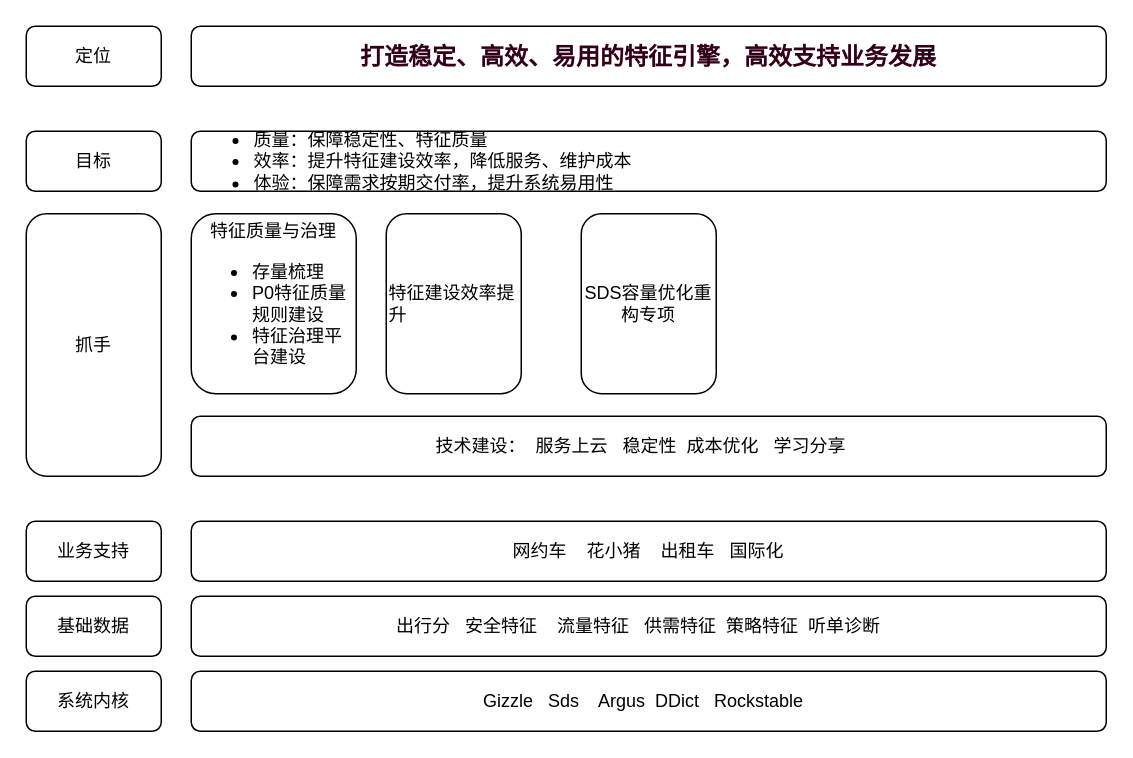
Earlier version of the draw.io diagram Untitled Diagram.drawio (yxgup/README). Source tidied: cells renumbered, new cells numbered last; positions are measured from the earlier drawing's top-left corner, leaving out a move shared by most shapes. Both pictures are drawn from the tidied source at 150%, with x=0, y=0 at pixel (26, 26).
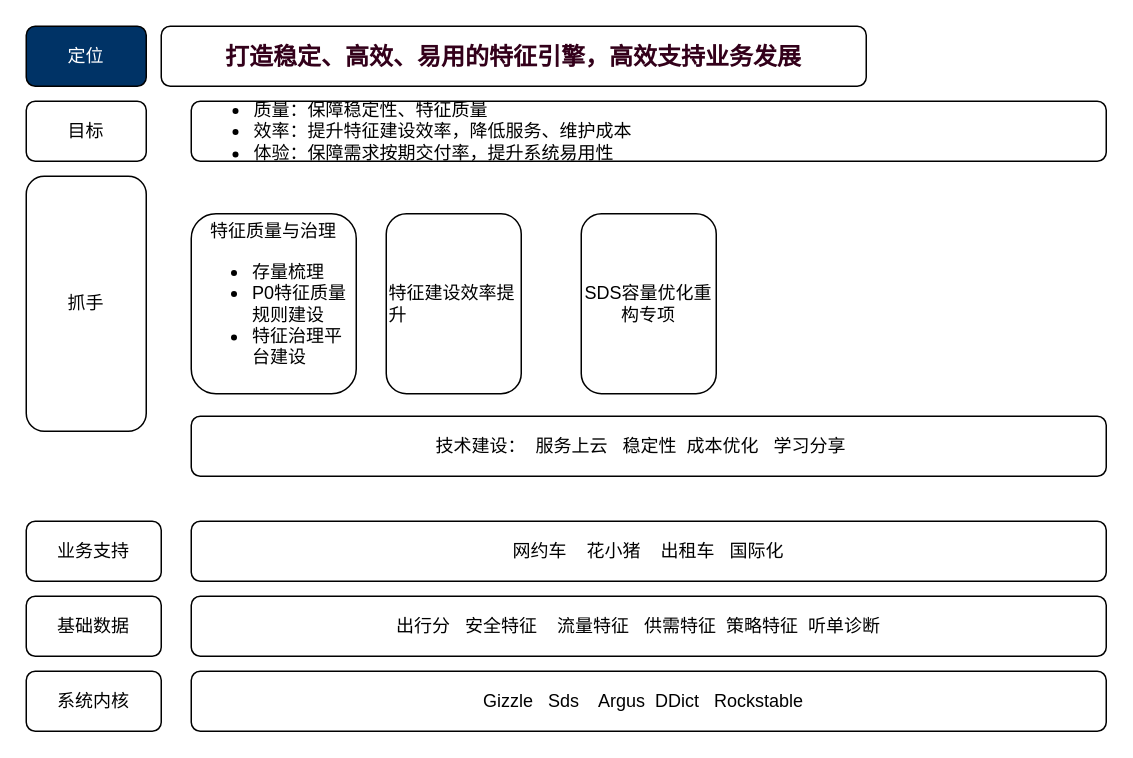
After the change.

Diff of the diagram source:
```diff
@@
 <mxGraphModel>
   <root>
     <mxCell id="0" />
     <mxCell id="1" parent="0" />
-    <mxCell id="2" value="定位" style="rounded=1;whiteSpace=wrap;html=1;" parent="1" vertex="1">
-      <mxGeometry width="90" height="40" as="geometry" />
+    <mxCell id="2" value="&lt;font color=&quot;#ffffff&quot;&gt;定位&lt;/font&gt;" style="rounded=1;whiteSpace=wrap;html=1;fillColor=#003366;" parent="1" vertex="1">
+      <mxGeometry width="80" height="40" as="geometry" />
     </mxCell>
     <mxCell id="3" value="&lt;span style=&quot;font-size: 16px ; color: rgb(51 , 0 , 26) ; text-indent: 0in ; font-family: &amp;#34;pingfang sc regular&amp;#34; ; letter-spacing: 0pt ; font-weight: bold ; vertical-align: baseline&quot;&gt;打造稳定、高效、易用的特征引擎，高效支持业务发展&lt;/span&gt;&lt;br&gt;" style="rounded=1;whiteSpace=wrap;html=1;" parent="1" vertex="1">
-      <mxGeometry x="110" width="610" height="40" as="geometry" />
+      <mxGeometry x="90" width="470" height="40" as="geometry" />
     </mxCell>
     <mxCell id="4" value="目标" style="rounded=1;whiteSpace=wrap;html=1;" parent="1" vertex="1">
-      <mxGeometry y="70" width="90" height="40" as="geometry" />
+      <mxGeometry y="50" width="80" height="40" as="geometry" />
     </mxCell>
     <mxCell id="5" value="&lt;ul&gt;&lt;li&gt;质量：保障稳定性、特征质量&lt;/li&gt;&lt;li&gt;效率：提升特征建设效率，降低服务、维护成本&lt;/li&gt;&lt;li&gt;体验：保障需求按期交付率，提升系统易用性&lt;/li&gt;&lt;/ul&gt;" style="rounded=1;whiteSpace=wrap;html=1;align=left;" parent="1" vertex="1">
-      <mxGeometry x="110" y="70" width="610" height="40" as="geometry" />
+      <mxGeometry x="110" y="50" width="610" height="40" as="geometry" />
     </mxCell>
     <mxCell id="6" value="基础数据" style="rounded=1;whiteSpace=wrap;html=1;" parent="1" vertex="1">
       <mxGeometry y="380" width="90" height="40" as="geometry" />
     </mxCell>
     <mxCell id="7" value="出行分&amp;nbsp; &amp;nbsp;安全特征&amp;nbsp; &amp;nbsp; 流量特征&amp;nbsp; &amp;nbsp;供需特征&amp;nbsp; 策略特征&amp;nbsp; 听单诊断&amp;nbsp; &amp;nbsp;&amp;nbsp;" style="rounded=1;whiteSpace=wrap;html=1;" parent="1" vertex="1">
       <mxGeometry x="110" y="380" width="610" height="40" as="geometry" />
     </mxCell>
     <mxCell id="8" value="抓手" style="rounded=1;whiteSpace=wrap;html=1;" parent="1" vertex="1">
-      <mxGeometry y="125" width="90" height="175" as="geometry" />
+      <mxGeometry y="100" width="80" height="170" as="geometry" />
     </mxCell>
     <mxCell id="9" value="系统内核" style="rounded=1;whiteSpace=wrap;html=1;" parent="1" vertex="1">
       <mxGeometry y="430" width="90" height="40" as="geometry" />
     </mxCell>
     <mxCell id="10" value="Gizzle&amp;nbsp; &amp;nbsp;Sds&amp;nbsp; &amp;nbsp; Argus&amp;nbsp; DDict&amp;nbsp; &amp;nbsp;Rockstable&amp;nbsp;&amp;nbsp;" style="rounded=1;whiteSpace=wrap;html=1;" parent="1" vertex="1">
       <mxGeometry x="110" y="430" width="610" height="40" as="geometry" />
     </mxCell>
     <mxCell id="11" value="特征质量与治理&lt;br&gt;&lt;ul&gt;&lt;li style=&quot;text-align: left&quot;&gt;存量梳理&lt;/li&gt;&lt;li style=&quot;text-align: left&quot;&gt;P0特征质量规则建设&lt;/li&gt;&lt;li style=&quot;text-align: left&quot;&gt;特征治理平台建设&lt;/li&gt;&lt;/ul&gt;" style="rounded=1;whiteSpace=wrap;html=1;" parent="1" vertex="1">
       <mxGeometry x="110" y="125" width="110" height="120" as="geometry" />
     </mxCell>
     <mxCell id="12" value="特征建设效率提升&lt;br&gt;" style="rounded=1;whiteSpace=wrap;html=1;align=left;" parent="1" vertex="1">
       <mxGeometry x="240" y="125" width="90" height="120" as="geometry" />
     </mxCell>
     <mxCell id="13" value="SDS容量优化重构专项" style="rounded=1;whiteSpace=wrap;html=1;" parent="1" vertex="1">
       <mxGeometry x="370" y="125" width="90" height="120" as="geometry" />
     </mxCell>
     <mxCell id="14" value="业务支持" style="rounded=1;whiteSpace=wrap;html=1;" parent="1" vertex="1">
       <mxGeometry y="330" width="90" height="40" as="geometry" />
     </mxCell>
     <mxCell id="15" value="网约车&amp;nbsp; &amp;nbsp; 花小猪&amp;nbsp; &amp;nbsp; 出租车&amp;nbsp; &amp;nbsp;国际化" style="rounded=1;whiteSpace=wrap;html=1;" parent="1" vertex="1">
       <mxGeometry x="110" y="330" width="610" height="40" as="geometry" />
     </mxCell>
     <mxCell id="16" value="技术建设：&amp;nbsp; 服务上云&amp;nbsp; &amp;nbsp;稳定性&amp;nbsp; 成本优化&amp;nbsp; &amp;nbsp;学习分享&amp;nbsp; &amp;nbsp;" style="rounded=1;whiteSpace=wrap;html=1;" parent="1" vertex="1">
       <mxGeometry x="110" y="260" width="610" height="40" as="geometry" />
     </mxCell>
   </root>
 </mxGraphModel>
```
